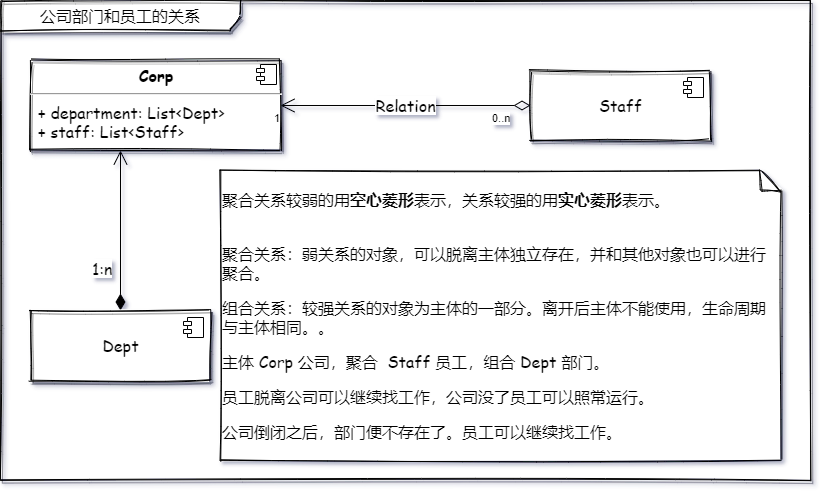
Above: bridge/uml.png in mifengjun/java-design-patterns (draw.io), before the change. Source tidied: cells renumbered, new cells last; positions are measured from the earlier drawing's top-left corner, leaving out a move shared by most shapes. Source of this version:
```xml
<mxGraphModel>
  <root>
    <mxCell id="0" />
    <mxCell id="1" parent="0" />
    <mxCell id="2" value="公司部门和员工的关系" style="shape=umlFrame;whiteSpace=wrap;html=1;shadow=1;sketch=1;fillColor=#ffffff;gradientColor=none;fontFamily=Comic Sans MS;fontSize=16;width=240;height=30;" parent="1" vertex="1">
      <mxGeometry width="810" height="480" as="geometry" />
    </mxCell>
    <mxCell id="3" value="&lt;p style=&quot;margin: 0px ; margin-top: 6px ; text-align: center&quot;&gt;&lt;b&gt;Corp&lt;/b&gt;&lt;/p&gt;&lt;hr&gt;&lt;p style=&quot;margin: 0px ; margin-left: 8px&quot;&gt;+ department: List&amp;lt;Dept&amp;gt;&lt;br&gt;+ staff: List&amp;lt;Staff&amp;gt;&lt;/p&gt;" style="align=left;overflow=fill;html=1;shadow=1;sketch=1;fillColor=#ffffff;gradientColor=none;fontFamily=Comic Sans MS;fontSize=16;" parent="1" vertex="1">
      <mxGeometry x="30" y="60" width="250" height="90" as="geometry" />
    </mxCell>
    <mxCell id="4" style="shape=component;jettyWidth=8;jettyHeight=4;" parent="3" vertex="1">
      <mxGeometry x="1" width="20" height="20" relative="1" as="geometry">
        <mxPoint x="-24" y="4" as="offset" />
      </mxGeometry>
    </mxCell>
    <mxCell id="5" value="Relation" style="endArrow=open;html=1;endSize=12;startArrow=diamondThin;startSize=14;startFill=0;edgeStyle=orthogonalEdgeStyle;shadow=0;fontFamily=Comic Sans MS;fontSize=16;entryX=1;entryY=0.5;entryDx=0;entryDy=0;" parent="1" edge="1" source="8" target="3">
      <mxGeometry relative="1" as="geometry" />
    </mxCell>
    <mxCell id="6" value="0..n" style="edgeLabel;html=1;align=left;verticalAlign=top;" parent="5" vertex="1">
      <mxGeometry x="-1" relative="1" as="geometry">
        <mxPoint x="-40" as="offset" />
      </mxGeometry>
    </mxCell>
    <mxCell id="7" value="1" style="edgeLabel;html=1;align=right;verticalAlign=top;" parent="5" vertex="1">
      <mxGeometry x="1" relative="1" as="geometry" />
    </mxCell>
    <mxCell id="8" value="Staff" style="html=1;shadow=1;sketch=1;fillColor=#ffffff;gradientColor=none;fontFamily=Comic Sans MS;fontSize=16;" parent="1" vertex="1">
      <mxGeometry x="530" y="70" width="180" height="70" as="geometry" />
    </mxCell>
    <mxCell id="9" style="shape=module;jettyWidth=8;jettyHeight=4;" parent="8" vertex="1">
      <mxGeometry x="1" width="20" height="20" relative="1" as="geometry">
        <mxPoint x="-27" y="7" as="offset" />
      </mxGeometry>
    </mxCell>
    <mxCell id="10" value="1:n" style="endArrow=open;html=1;endSize=12;startArrow=diamondThin;startSize=14;startFill=1;edgeStyle=orthogonalEdgeStyle;align=left;verticalAlign=bottom;shadow=0;fontFamily=Comic Sans MS;fontSize=16;entryX=0.36;entryY=1;entryDx=0;entryDy=0;entryPerimeter=0;" parent="1" edge="1" source="11" target="3">
      <mxGeometry x="-0.62" y="30" relative="1" as="geometry" />
    </mxCell>
    <mxCell id="11" value="Dept" style="html=1;shadow=1;sketch=1;fillColor=#ffffff;gradientColor=none;fontFamily=Comic Sans MS;fontSize=16;" parent="1" vertex="1">
      <mxGeometry x="30" y="310" width="180" height="70" as="geometry" />
    </mxCell>
    <mxCell id="12" style="shape=module;jettyWidth=8;jettyHeight=4;" parent="11" vertex="1">
      <mxGeometry x="1" width="20" height="20" relative="1" as="geometry">
        <mxPoint x="-27" y="7" as="offset" />
      </mxGeometry>
    </mxCell>
    <mxCell id="13" value="&lt;p&gt;&lt;font face=&quot;Comic Sans MS&quot;&gt;聚合关系较弱的用&lt;b&gt;空心菱形&lt;/b&gt;表示，关系较强的用&lt;b&gt;实心菱形&lt;/b&gt;表示。&lt;/font&gt;&lt;/p&gt;&lt;p&gt;&lt;font face=&quot;Comic Sans MS&quot;&gt;&lt;br&gt;&lt;/font&gt;&lt;font face=&quot;Comic Sans MS&quot;&gt;聚合关系：弱关系的对象，可以脱离主体独立存在，并和其他对象也可以进行聚合。&lt;/font&gt;&lt;/p&gt;&lt;p&gt;&lt;font face=&quot;Comic Sans MS&quot;&gt;组合关系：较强关系的对象为主体的一部分。离开后主体不能使用，生命周期与主体相同。。&lt;/font&gt;&lt;/p&gt;&lt;p style=&quot;font-size: 16px&quot;&gt;主体 Corp 公司，聚合&amp;nbsp; Staff 员工，组合 Dept 部门。&lt;/p&gt;&lt;p style=&quot;font-size: 16px&quot;&gt;员工脱离公司可以继续找工作，公司没了员工可以照常运行。&lt;/p&gt;&lt;p style=&quot;font-size: 16px&quot;&gt;公司倒闭之后，部门便不存在了。员工可以继续找工作。&lt;/p&gt;" style="shape=note;size=20;whiteSpace=wrap;html=1;labelBorderColor=none;sketch=1;fontFamily=Comic Sans MS;align=left;fontSize=16;" parent="1" vertex="1">
      <mxGeometry x="220" y="170" width="560" height="290" as="geometry" />
    </mxCell>
  </root>
</mxGraphModel>
```
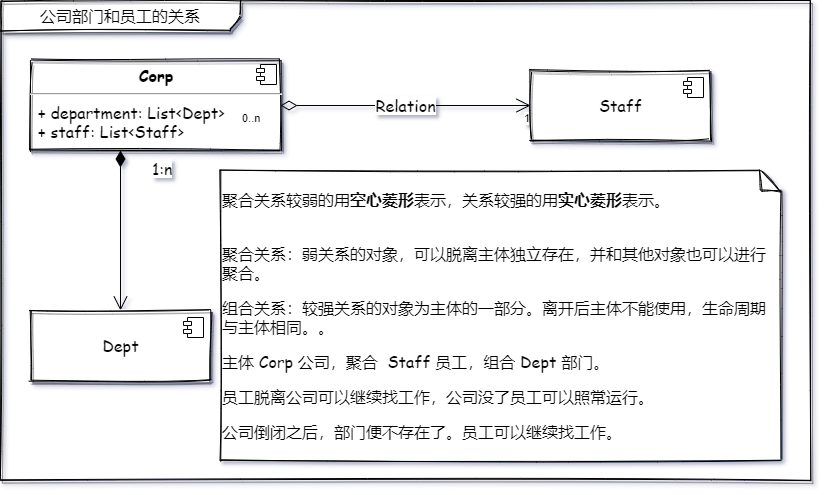
Above is the later version.

What changed in the source:
```diff
@@ -8,12 +8,12 @@
     <mxCell id="3" value="&lt;p style=&quot;margin: 0px ; margin-top: 6px ; text-align: center&quot;&gt;&lt;b&gt;Corp&lt;/b&gt;&lt;/p&gt;&lt;hr&gt;&lt;p style=&quot;margin: 0px ; margin-left: 8px&quot;&gt;+ department: List&amp;lt;Dept&amp;gt;&lt;br&gt;+ staff: List&amp;lt;Staff&amp;gt;&lt;/p&gt;" style="align=left;overflow=fill;html=1;shadow=1;sketch=1;fillColor=#ffffff;gradientColor=none;fontFamily=Comic Sans MS;fontSize=16;" parent="1" vertex="1">
       <mxGeometry x="30" y="60" width="250" height="90" as="geometry" />
     </mxCell>
-    <mxCell id="4" style="shape=component;jettyWidth=8;jettyHeight=4;" parent="3" vertex="1">
-      <mxGeometry x="1" width="20" height="20" relative="1" as="geometry">
-        <mxPoint x="-24" y="4" as="offset" />
-      </mxGeometry>
-    </mxCell>
+    <mxCell id="14" style="shape=component;jettyWidth=8;jettyHeight=4;" parent="3" vertex="1">
+      <mxGeometry x="1" width="20" height="20" relative="1" as="geometry">
+        <mxPoint x="-24" y="4" as="offset" />
+      </mxGeometry>
+    </mxCell>
-    <mxCell id="5" value="Relation" style="endArrow=open;html=1;endSize=12;startArrow=diamondThin;startSize=14;startFill=0;edgeStyle=orthogonalEdgeStyle;shadow=0;fontFamily=Comic Sans MS;fontSize=16;entryX=1;entryY=0.5;entryDx=0;entryDy=0;" parent="1" edge="1" source="8" target="3">
+    <mxCell id="5" value="Relation" style="endArrow=open;html=1;endSize=12;startArrow=diamondThin;startSize=14;startFill=0;edgeStyle=orthogonalEdgeStyle;shadow=0;fontFamily=Comic Sans MS;fontSize=16;exitX=1;exitY=0.5;exitDx=0;exitDy=0;" parent="1" edge="1" source="3" target="8">
       <mxGeometry relative="1" as="geometry" />
     </mxCell>
     <mxCell id="6" value="0..n" style="edgeLabel;html=1;align=left;verticalAlign=top;" parent="5" vertex="1">
@@ -27,22 +27,22 @@
     <mxCell id="8" value="Staff" style="html=1;shadow=1;sketch=1;fillColor=#ffffff;gradientColor=none;fontFamily=Comic Sans MS;fontSize=16;" parent="1" vertex="1">
       <mxGeometry x="530" y="70" width="180" height="70" as="geometry" />
     </mxCell>
-    <mxCell id="9" style="shape=module;jettyWidth=8;jettyHeight=4;" parent="8" vertex="1">
-      <mxGeometry x="1" width="20" height="20" relative="1" as="geometry">
-        <mxPoint x="-27" y="7" as="offset" />
-      </mxGeometry>
-    </mxCell>
+    <mxCell id="15" style="shape=module;jettyWidth=8;jettyHeight=4;" parent="8" vertex="1">
+      <mxGeometry x="1" width="20" height="20" relative="1" as="geometry">
+        <mxPoint x="-27" y="7" as="offset" />
+      </mxGeometry>
+    </mxCell>
-    <mxCell id="10" value="1:n" style="endArrow=open;html=1;endSize=12;startArrow=diamondThin;startSize=14;startFill=1;edgeStyle=orthogonalEdgeStyle;align=left;verticalAlign=bottom;shadow=0;fontFamily=Comic Sans MS;fontSize=16;entryX=0.36;entryY=1;entryDx=0;entryDy=0;entryPerimeter=0;" parent="1" edge="1" source="11" target="3">
+    <mxCell id="10" value="1:n" style="endArrow=open;html=1;endSize=12;startArrow=diamondThin;startSize=14;startFill=1;edgeStyle=orthogonalEdgeStyle;align=left;verticalAlign=bottom;shadow=0;fontFamily=Comic Sans MS;fontSize=16;exitX=0.36;exitY=1;exitDx=0;exitDy=0;exitPerimeter=0;" parent="1" edge="1" source="3" target="11">
       <mxGeometry x="-0.62" y="30" relative="1" as="geometry" />
     </mxCell>
     <mxCell id="11" value="Dept" style="html=1;shadow=1;sketch=1;fillColor=#ffffff;gradientColor=none;fontFamily=Comic Sans MS;fontSize=16;" parent="1" vertex="1">
       <mxGeometry x="30" y="310" width="180" height="70" as="geometry" />
     </mxCell>
-    <mxCell id="12" style="shape=module;jettyWidth=8;jettyHeight=4;" parent="11" vertex="1">
-      <mxGeometry x="1" width="20" height="20" relative="1" as="geometry">
-        <mxPoint x="-27" y="7" as="offset" />
-      </mxGeometry>
-    </mxCell>
+    <mxCell id="16" style="shape=module;jettyWidth=8;jettyHeight=4;" parent="11" vertex="1">
+      <mxGeometry x="1" width="20" height="20" relative="1" as="geometry">
+        <mxPoint x="-27" y="7" as="offset" />
+      </mxGeometry>
+    </mxCell>
     <mxCell id="13" value="&lt;p&gt;&lt;font face=&quot;Comic Sans MS&quot;&gt;聚合关系较弱的用&lt;b&gt;空心菱形&lt;/b&gt;表示，关系较强的用&lt;b&gt;实心菱形&lt;/b&gt;表示。&lt;/font&gt;&lt;/p&gt;&lt;p&gt;&lt;font face=&quot;Comic Sans MS&quot;&gt;&lt;br&gt;&lt;/font&gt;&lt;font face=&quot;Comic Sans MS&quot;&gt;聚合关系：弱关系的对象，可以脱离主体独立存在，并和其他对象也可以进行聚合。&lt;/font&gt;&lt;/p&gt;&lt;p&gt;&lt;font face=&quot;Comic Sans MS&quot;&gt;组合关系：较强关系的对象为主体的一部分。离开后主体不能使用，生命周期与主体相同。。&lt;/font&gt;&lt;/p&gt;&lt;p style=&quot;font-size: 16px&quot;&gt;主体 Corp 公司，聚合&amp;nbsp; Staff 员工，组合 Dept 部门。&lt;/p&gt;&lt;p style=&quot;font-size: 16px&quot;&gt;员工脱离公司可以继续找工作，公司没了员工可以照常运行。&lt;/p&gt;&lt;p style=&quot;font-size: 16px&quot;&gt;公司倒闭之后，部门便不存在了。员工可以继续找工作。&lt;/p&gt;" style="shape=note;size=20;whiteSpace=wrap;html=1;labelBorderColor=none;sketch=1;fontFamily=Comic Sans MS;align=left;fontSize=16;" parent="1" vertex="1">
       <mxGeometry x="220" y="170" width="560" height="290" as="geometry" />
     </mxCell>
```
